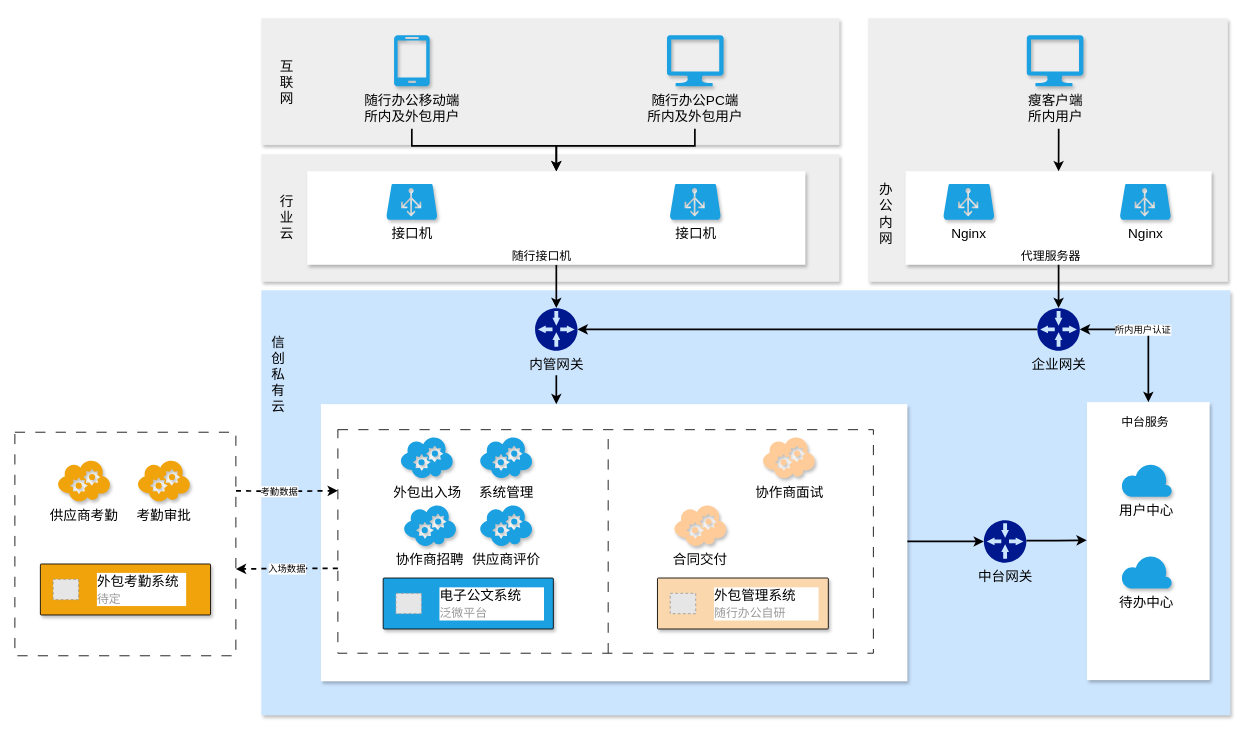
Before: page "外包管理系统架构图" (14 of 22) of Untitled Diagram.drawio in shiki-mqp/PrivatePods, a draw.io diagram. Source tidied: cells renumbered, new cells numbered last; positions are measured from the earlier drawing's top-left corner, leaving out a move shared by most shapes. Both pictures are drawn from the tidied source at 85%, with x=0, y=0 at pixel (14, 18). Pictures stored in the file or linked from it are replaced by grey dashed boxes.
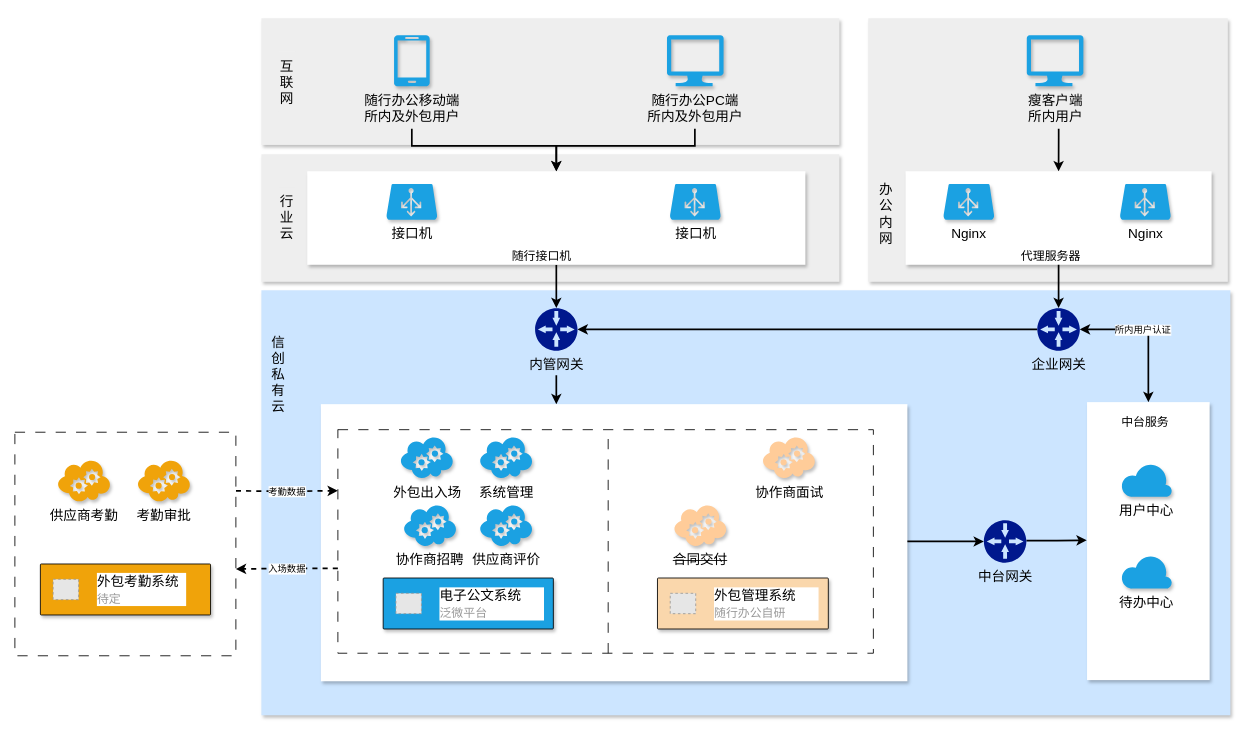
The same diagram, later.

The change refers to these unchanged cells:
```xml
<mxCell id="52" style="edgeStyle=orthogonalEdgeStyle;rounded=0;orthogonalLoop=1;jettySize=auto;html=1;strokeWidth=2;dashed=1;entryX=0;entryY=0.25;entryDx=0;entryDy=0;" parent="1" edge="1">
  <mxGeometry relative="1" as="geometry">
    <mxPoint x="260" y="556" as="sourcePoint" />
    <mxPoint x="380" y="555.8" as="targetPoint" />
  </mxGeometry>
</mxCell>
```

Change to the diagram source:
```diff
@@
-    <mxCell id="34" value="合同交付" style="verticalLabelPosition=bottom;html=1;verticalAlign=top;align=center;strokeColor=none;fillColor=#ffcc99;shape=mxgraph.azure.cloud_service;shadow=1;dashed=1;strokeWidth=1;fontSize=16;fontColor=default;labelBackgroundColor=none;fontFamily=Helvetica;" parent="1" vertex="1">
+    <mxCell id="34" value="&lt;strike&gt;合同交付&lt;/strike&gt;" style="verticalLabelPosition=bottom;html=1;verticalAlign=top;align=center;strokeColor=none;fillColor=#ffcc99;shape=mxgraph.azure.cloud_service;shadow=1;dashed=1;strokeWidth=1;fontSize=16;fontColor=default;labelBackgroundColor=none;fontFamily=Helvetica;" parent="1" vertex="1">
       <mxGeometry x="775.1" y="571.4" width="62.5" height="50" as="geometry" />
     </mxCell>
@@
     <mxCell id="53" value="考勤数据" style="edgeLabel;html=1;align=center;verticalAlign=middle;" parent="52" vertex="1">
       <mxGeometry x="0.17" relative="1" as="geometry">
-        <mxPoint x="-19" as="offset" />
+        <mxPoint x="-10" as="offset" />
       </mxGeometry>
     </mxCell>
```
